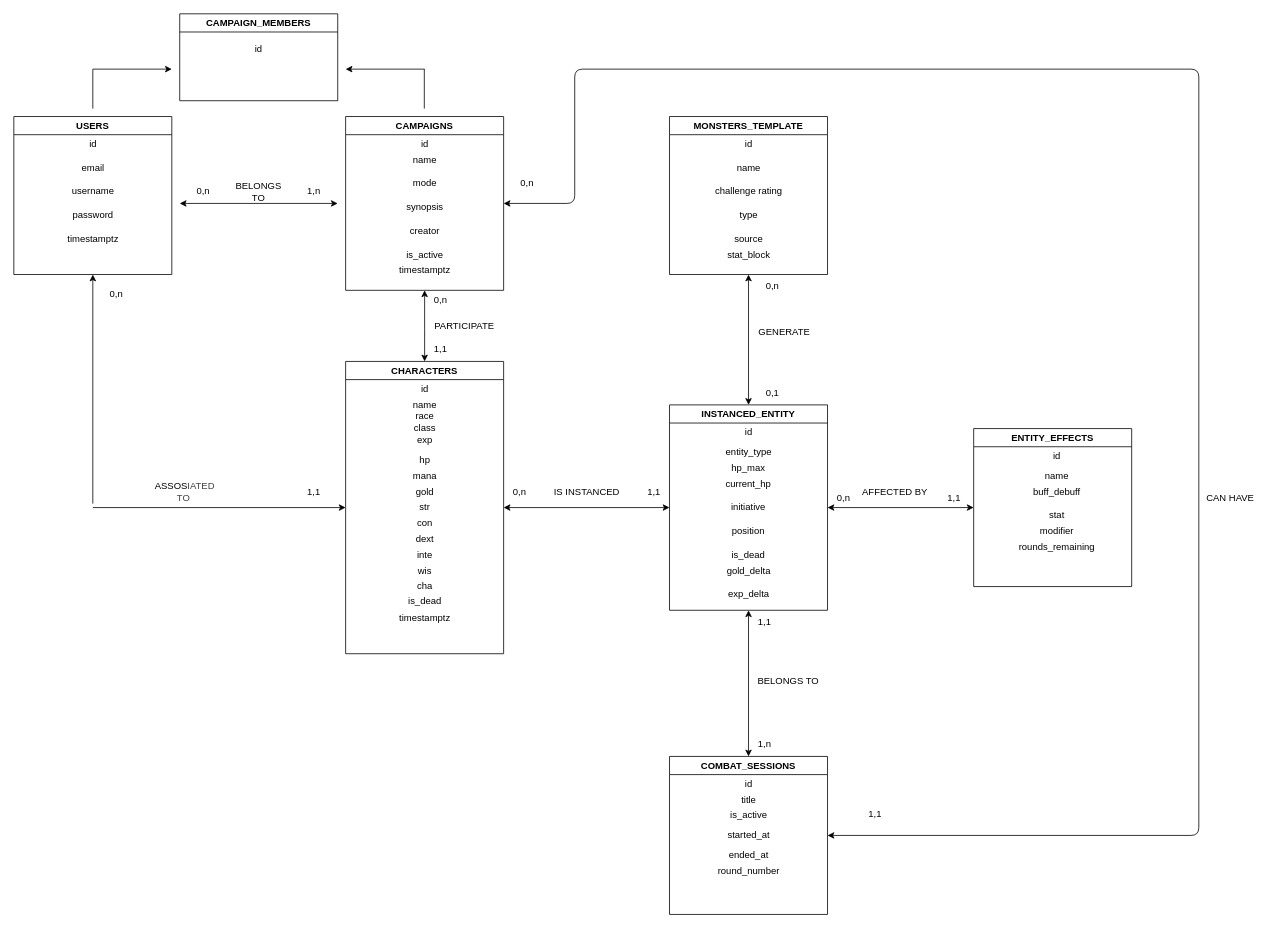
Above: DOCS/MCD.drawio in Kerdjadjreda/Dungeons-and-Dragons (draw.io), before the change. Source tidied: cells renumbered, new cells numbered last; positions are measured from the earlier drawing's top-left corner, leaving out a move shared by most shapes. Both pictures are drawn from the tidied source at 79%, with x=0, y=0 at pixel (13, 13).
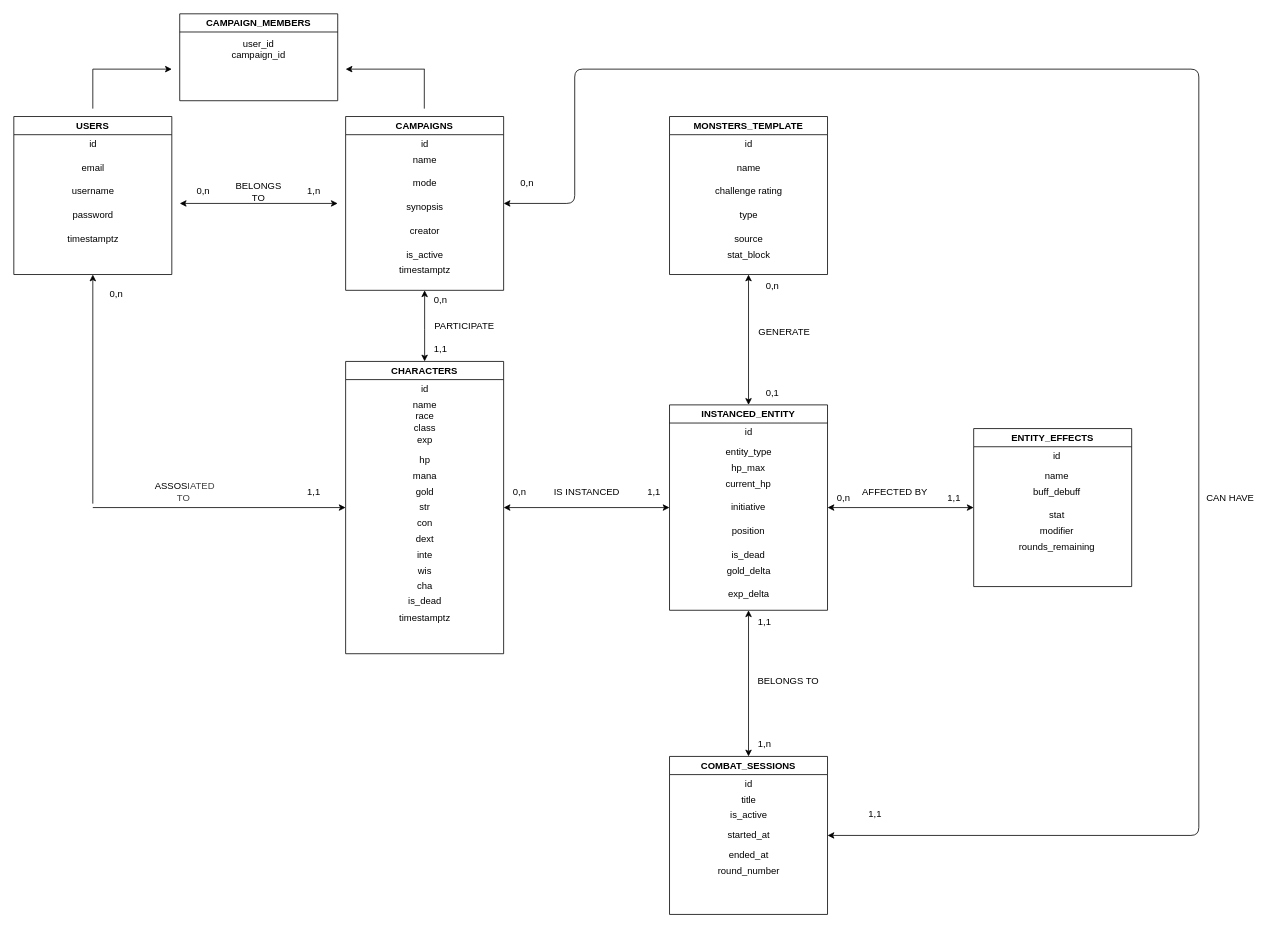
Above is the later version.

Unchanged cells that the change refers to:
```xml
<mxCell id="42" value="CAMPAIGN_MEMBERS" style="swimlane;whiteSpace=wrap;html=1;" parent="1" vertex="1">
  <mxGeometry x="210" width="200" height="110" as="geometry" />
</mxCell>
```

Change to the diagram source:
```diff
@@
-    <mxCell id="43" value="id" style="text;html=1;align=center;verticalAlign=middle;whiteSpace=wrap;rounded=0;" parent="42" vertex="1">
+    <mxCell id="43" value="user_id&lt;div&gt;campaign_id&lt;/div&gt;" style="text;html=1;align=center;verticalAlign=middle;whiteSpace=wrap;rounded=0;" parent="42" vertex="1">
       <mxGeometry x="70" y="30" width="60" height="30" as="geometry" />
     </mxCell>
```
